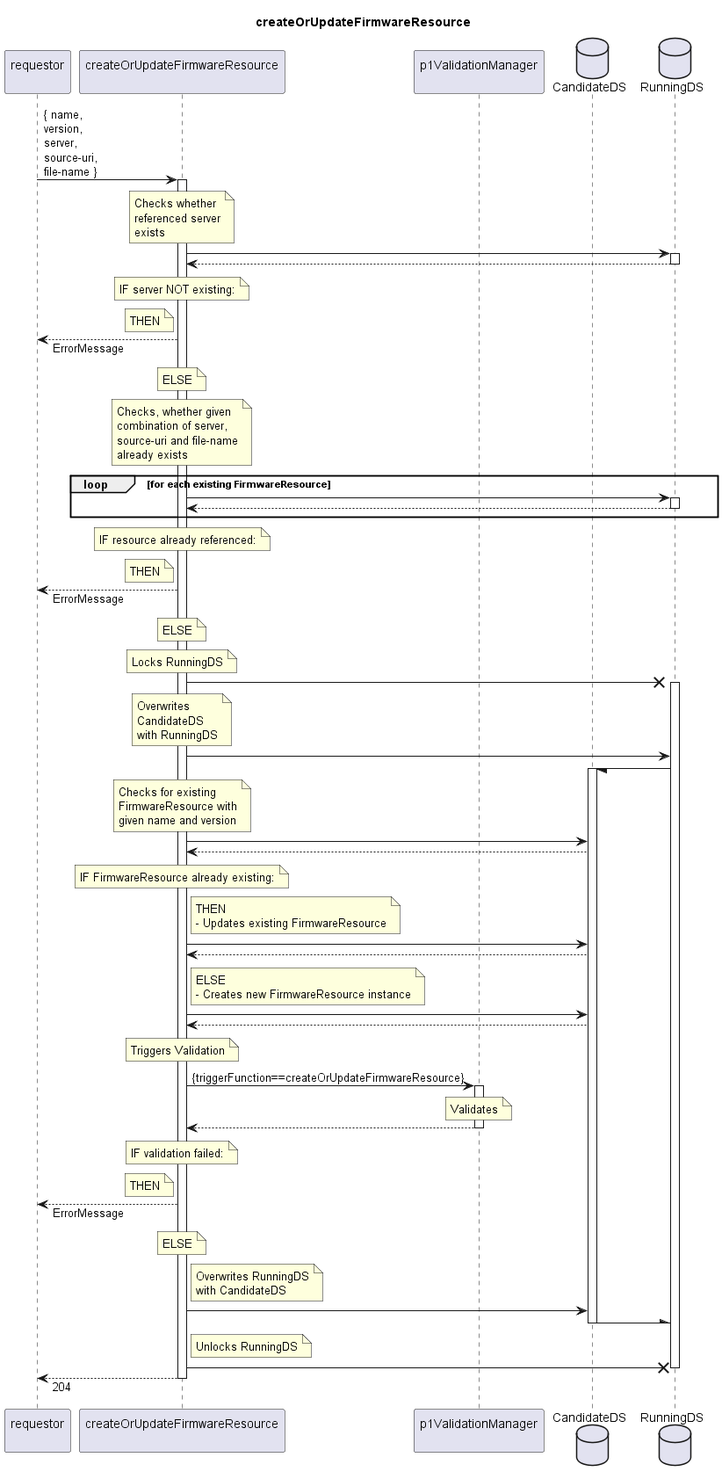
Earlier version of the PlantUML export spec/Services/createOrUpdateFirmwareResource/1.0.0/createOrUpdateFirmwareResource.png (openBackhaul/FirmWareManager). Source of this version:
```plantuml
@startuml createOrUpdateFirmwareResource
skinparam responseMessageBelowArrow true

title
  createOrUpdateFirmwareResource
end title

participant "requestor\n" as requestor
participant "createOrUpdateFirmwareResource\n" as couFWR
participant "p1ValidationManager\n" as valiMan
database "CandidateDS" as CanDS
database "RunningDS" as RunDS

requestor -> couFWR: { name,\nversion,\nserver,\nsource-uri,\nfile-name }
activate couFWR

  note over couFWR
    Checks whether
    referenced server
    exists
  end note
  couFWR -> RunDS
  activate RunDS
  couFWR <-- RunDS
  deactivate RunDS
  note over couFWR
    IF server NOT existing:
  end note
  note left couFWR
    THEN
  end note
  requestor <-- couFWR: ErrorMessage
  note over couFWR
    ELSE
  end note

  note over couFWR
    Checks, whether given
    combination of server,
    source-uri and file-name
    already exists
  end note
  loop for each existing FirmwareResource
    couFWR -> RunDS
    activate RunDS
    couFWR <-- RunDS
    deactivate RunDS
  end loop
  note over couFWR
    IF resource already referenced:
  end note
  note left couFWR
    THEN
  end note
  requestor <-- couFWR: ErrorMessage
  note over couFWR
    ELSE
  end note

  note over couFWR
    Locks RunningDS
  end note
  couFWR -X RunDS
  activate RunDS

  note over couFWR
    Overwrites
    CandidateDS
    with RunningDS
  end note
  couFWR -> RunDS
  RunDS -/ CanDS
  activate CanDS

  note over couFWR
    Checks for existing
    FirmwareResource with
    given name and version
  end note
  couFWR -> CanDS
  couFWR <-- CanDS
  note over couFWR
    IF FirmwareResource already existing:
  end note
  note right couFWR
    THEN
    - Updates existing FirmwareResource
  end note
  couFWR -> CanDS
  couFWR <-- CanDS
  note right couFWR
    ELSE
    - Creates new FirmwareResource instance
  end note
  couFWR -> CanDS
  couFWR <-- CanDS

  note over couFWR
    Triggers Validation
  end note
  couFWR -> valiMan: {triggerFunction==createOrUpdateFirmwareResource}
  activate valiMan
    note over valiMan
      Validates
    end note
  couFWR <-- valiMan
  deactivate valiMan
  note over couFWR
    IF validation failed:
  end note
  note left couFWR
    THEN
  end note
  requestor <-- couFWR: ErrorMessage
  note over couFWR
    ELSE
  end note

  note right couFWR
    Overwrites RunningDS
    with CandidateDS
  end note
  couFWR -> CanDS
  CanDS -\ RunDS
  deactivate CanDS

  note right couFWR
    Unlocks RunningDS
  end note
  couFWR -X RunDS
  deactivate RunDS

  requestor <-- couFWR: 204

deactivate couFWR

@enduml
```
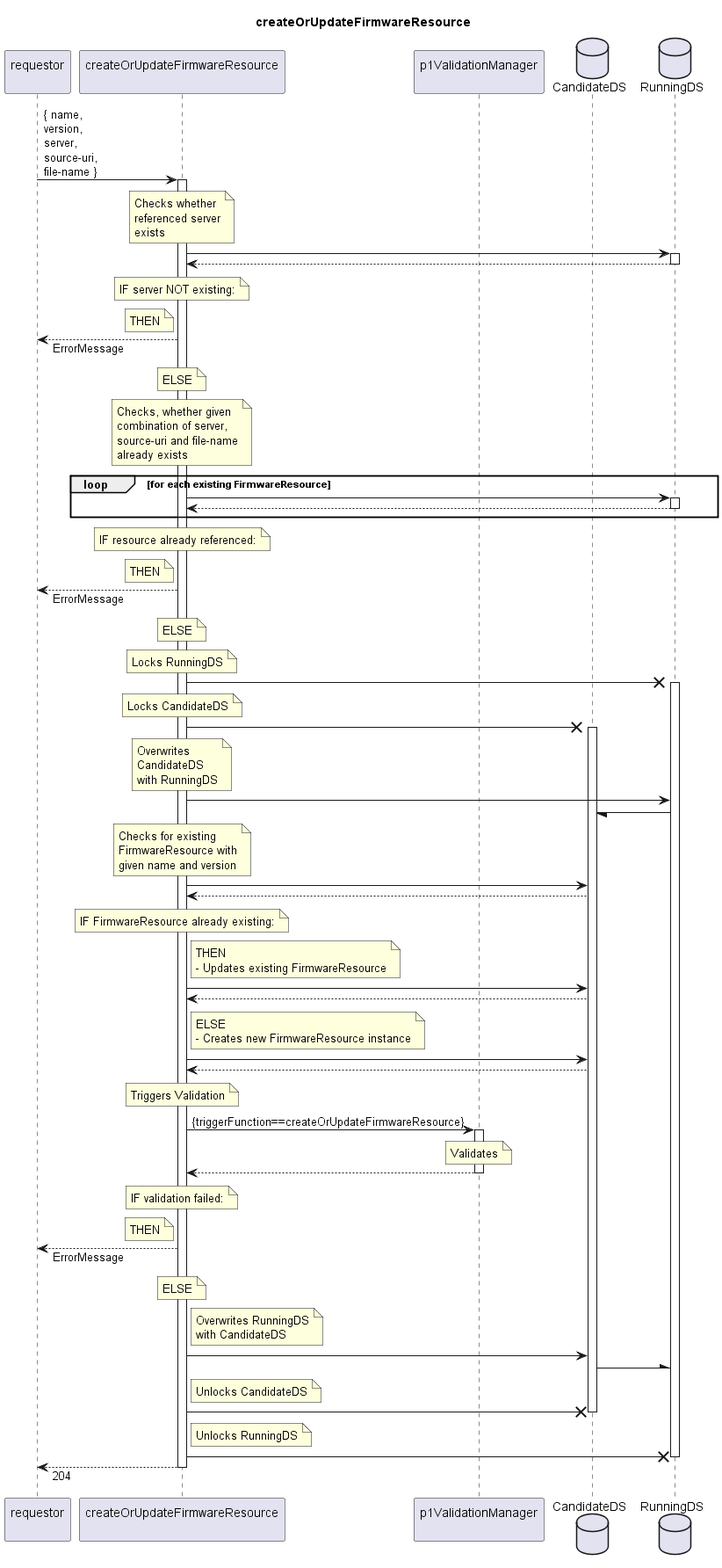
After the change.

What changed in the source:
```diff
@@ -62,7 +62,11 @@
   end note
   couFWR -X RunDS
   activate RunDS
-
+  note over couFWR
+    Locks CandidateDS
+  end note
+  couFWR -X CanDS
+  activate CanDS
   note over couFWR
     Overwrites
     CandidateDS
@@ -70,7 +74,6 @@
   end note
   couFWR -> RunDS
   RunDS -/ CanDS
-  activate CanDS
 
   note over couFWR
     Checks for existing
@@ -122,8 +125,11 @@
   end note
   couFWR -> CanDS
   CanDS -\ RunDS
+  note right couFWR
+    Unlocks CandidateDS
+  end note
+  couFWR -X CanDS
   deactivate CanDS
-
   note right couFWR
     Unlocks RunningDS
   end note
```
